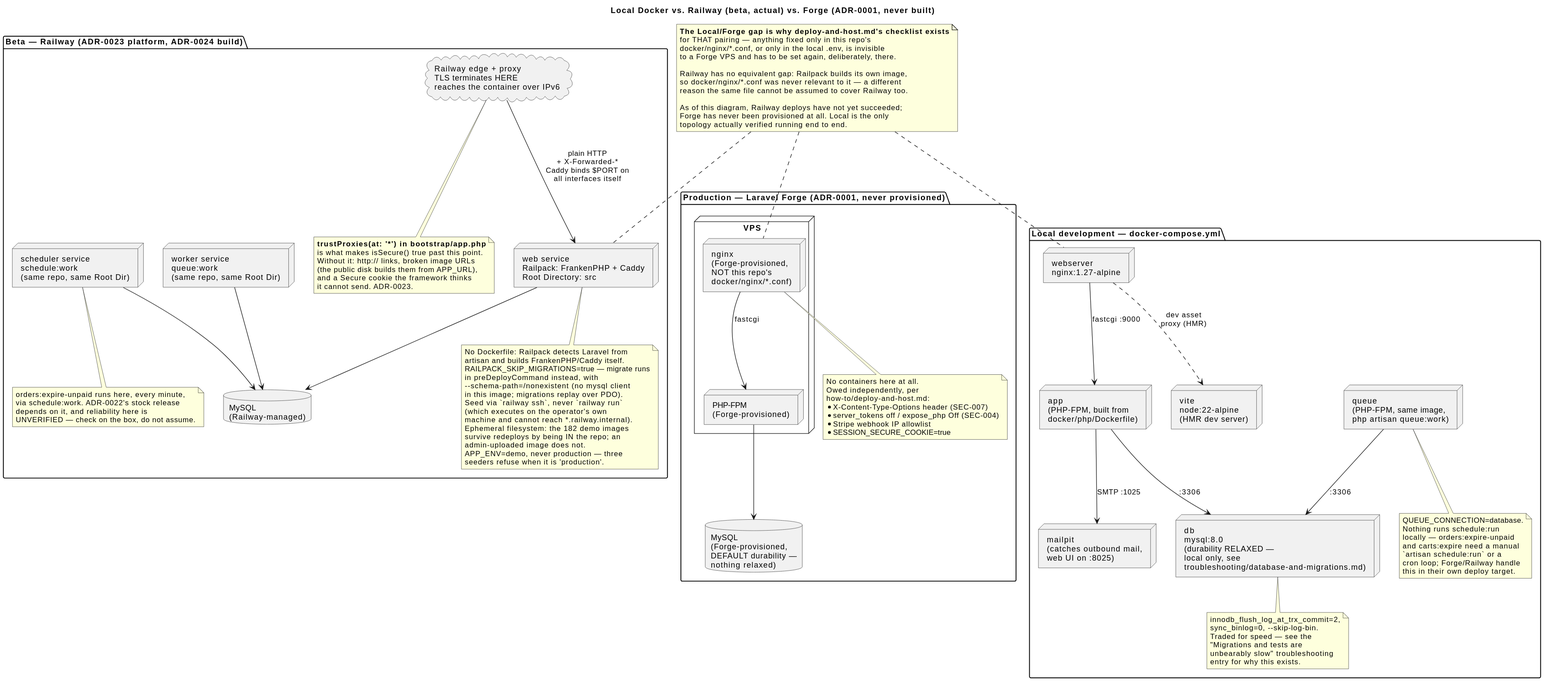
This is docs/reference/diagrams/deployment/deployment.svg from StefanMarinkov05/Amazoff-PHP, a PlantUML export, as it was before one commit.
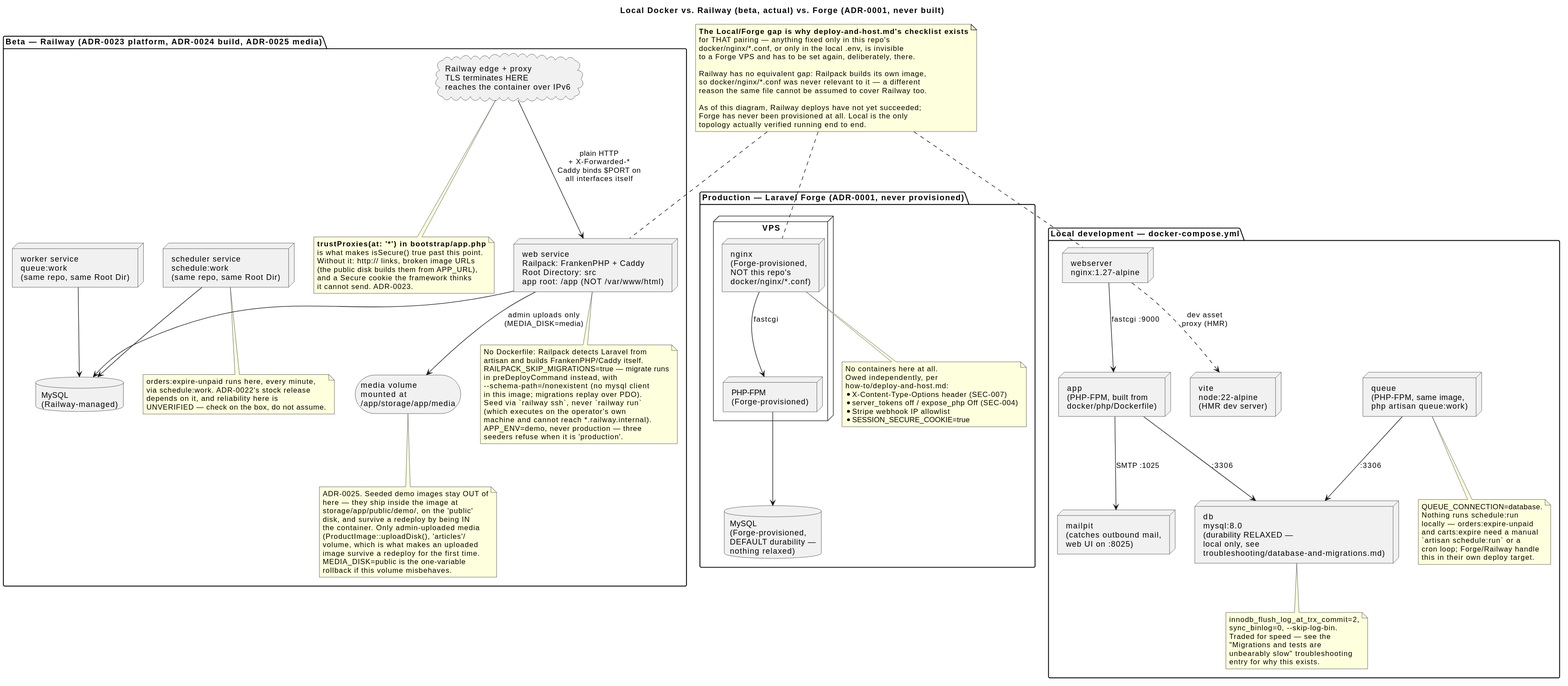
After the change.

Change to the diagram source:
```diff
@@ -36,11 +36,12 @@
   end note
 }
 
-package "Beta — Railway (ADR-0023 platform, ADR-0024 build)" {
-  node "web service\nRailpack: FrankenPHP + Caddy\nRoot Directory: src" as RailwayWeb
+package "Beta — Railway (ADR-0023 platform, ADR-0024 build, ADR-0025 media)" {
+  node "web service\nRailpack: FrankenPHP + Caddy\nRoot Directory: src\napp root: /app (NOT /var/www/html)" as RailwayWeb
   node "worker service\nqueue:work\n(same repo, same Root Dir)" as RailwayWorker
   node "scheduler service\nschedule:work\n(same repo, same Root Dir)" as RailwayCron
   database "MySQL\n(Railway-managed)" as RailwayDB
+  storage "media volume\nmounted at\n/app/storage/app/media" as RailwayVolume
 
   cloud "Railway edge + proxy\nTLS terminates HERE\nreaches the container over IPv6" as RailwayEdge
 
@@ -48,6 +49,7 @@
   RailwayWeb --> RailwayDB
   RailwayWorker --> RailwayDB
   RailwayCron --> RailwayDB
+  RailwayWeb --> RailwayVolume : admin uploads only\n(MEDIA_DISK=media)
 
   note bottom of RailwayEdge
     <b>trustProxies(at: '*') in bootstrap/app.php</b>
@@ -75,11 +77,21 @@
     Seed via `railway ssh`, never `railway run`
     (which executes on the operator's own
     machine and cannot reach *.railway.internal).
-    Ephemeral filesystem: the 182 demo images
-    survive redeploys by being IN the repo; an
-    admin-uploaded image does not.
     APP_ENV=demo, never production — three
     seeders refuse when it is 'production'.
+  end note
+
+  note bottom of RailwayVolume
+    ADR-0025. Seeded demo images stay OUT of
+    here — they ship inside the image at
+    storage/app/public/demo/, on the 'public'
+    disk, and survive a redeploy by being IN
+    the container. Only admin-uploaded media
+    (ProductImage::uploadDisk(), 'articles'/
+    volume, which is what makes an uploaded
+    image survive a redeploy for the first time.
+    MEDIA_DISK=public is the one-variable
+    rollback if this volume misbehaves.
   end note
 }
 
```
